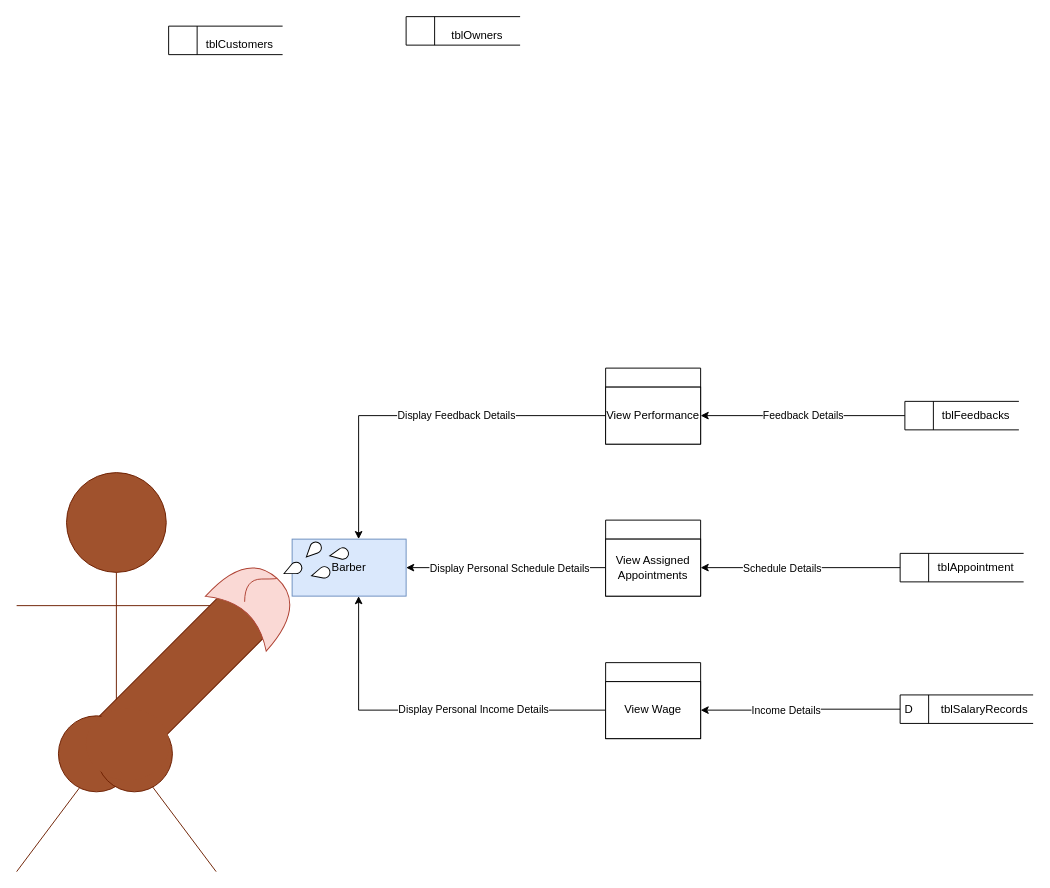
Before: page "Barber" (3 of 5) of Diagrams/Data flow.drawio in iampotato16/AppointCut, a draw.io diagram. Source tidied: cells renumbered, new cells numbered last; positions are measured from the earlier drawing's top-left corner, leaving out a move shared by most shapes. Both pictures are drawn from the tidied source at 95%, with x=0, y=0 at pixel (16, 16).
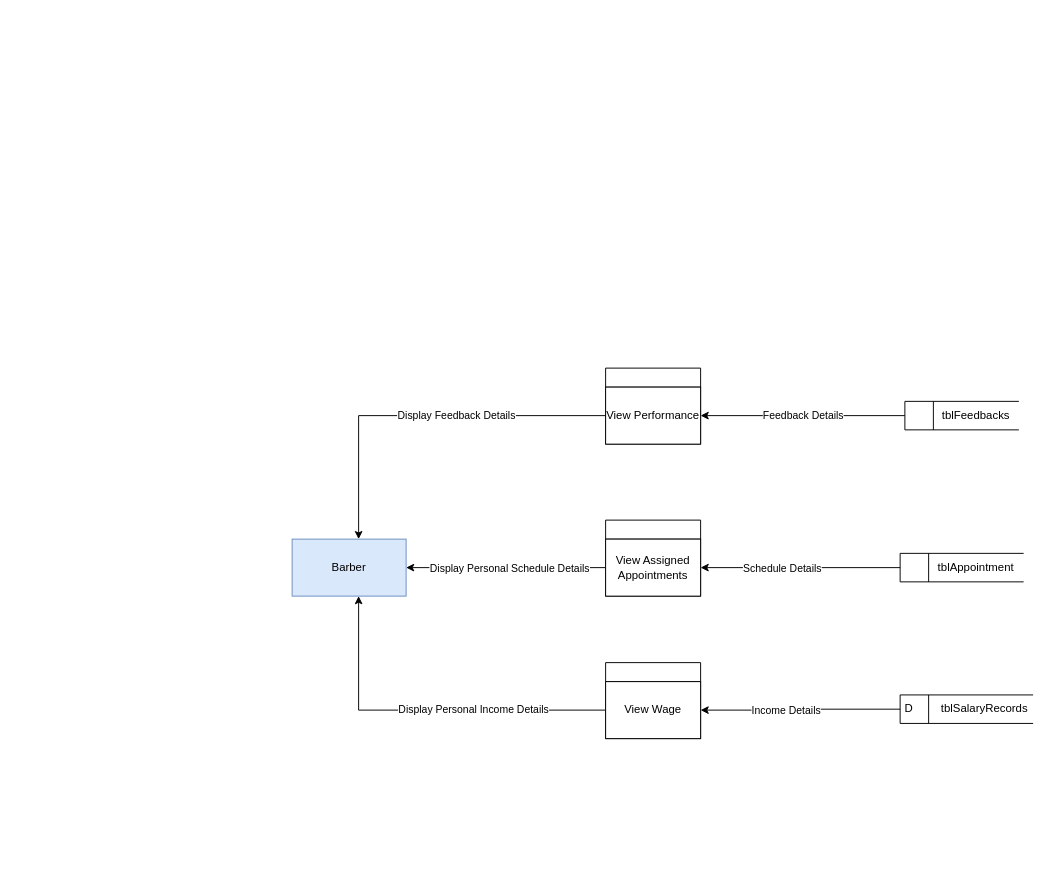
The same diagram, later.

Change to the diagram source:
```diff
@@
-    <mxCell id="15" style="group;" parent="1" vertex="1">
-      <mxGeometry y="480" width="350.3" height="420" as="geometry" />
-    </mxCell>
-    <mxCell id="16" style="group;" parent="15" vertex="1">
-      <mxGeometry width="306" height="420" as="geometry" />
-    </mxCell>
-    <mxCell id="17" style="shape=umlActor;verticalLabelPosition=bottom;verticalAlign=top;html=1;fillColor=#a0522d;strokeColor=#6D1F00;fontColor=#ffffff;" parent="16" vertex="1">
-      <mxGeometry width="210" height="420" as="geometry" />
-    </mxCell>
-    <mxCell id="18" style="rounded=1;whiteSpace=wrap;html=1;rotation=-45;fillColor=#a0522d;strokeColor=#6D1F00;fontColor=#ffffff;" parent="16" vertex="1">
-      <mxGeometry x="49.6" y="189.6" width="235" height="64" as="geometry" />
-    </mxCell>
-    <mxCell id="19" style="ellipse;whiteSpace=wrap;html=1;fillColor=#a0522d;strokeColor=#6D1F00;fontColor=#ffffff;" parent="16" vertex="1">
-      <mxGeometry x="44" y="256" width="80" height="80" as="geometry" />
-    </mxCell>
-    <mxCell id="20" style="ellipse;whiteSpace=wrap;html=1;fillColor=#a0522d;strokeColor=#6D1F00;fontColor=#ffffff;" parent="16" vertex="1">
-      <mxGeometry x="84" y="256" width="80" height="80" as="geometry" />
-    </mxCell>
-    <mxCell id="21" style="ellipse;whiteSpace=wrap;html=1;strokeColor=none;fillColor=#a0522d;fontColor=#ffffff;" parent="16" vertex="1">
-      <mxGeometry x="73" y="248" width="88" height="76" as="geometry" />
-    </mxCell>
-    <mxCell id="22" style="shape=xor;whiteSpace=wrap;html=1;rotation=312;fillColor=#fad9d5;strokeColor=#ae4132;" parent="16" vertex="1">
-      <mxGeometry x="220" y="92" width="64.6" height="86.2" as="geometry" />
-    </mxCell>
-    <mxCell id="23" style="curved=1;endArrow=none;html=1;rounded=0;edgeStyle=orthogonalEdgeStyle;endFill=0;entryX=1;entryY=0.5;entryDx=0;entryDy=0;entryPerimeter=0;fillColor=#fad9d5;strokeColor=#ae4132;" parent="16" edge="1" target="22">
-      <mxGeometry relative="1" as="geometry">
-        <mxPoint x="240" y="136" as="sourcePoint" />
-        <Array as="points">
-          <mxPoint x="240" y="112" />
-          <mxPoint x="276" y="112" />
-        </Array>
-      </mxGeometry>
-    </mxCell>
-    <mxCell id="24" style="verticalLabelPosition=bottom;verticalAlign=top;html=1;shape=mxgraph.basic.drop;rotation=-115;" parent="16" vertex="1">
-      <mxGeometry x="284.6" y="92" width="12" height="20" as="geometry" />
-    </mxCell>
-    <mxCell id="25" style="verticalLabelPosition=bottom;verticalAlign=top;html=1;shape=mxgraph.basic.drop;rotation=-100;" parent="15" vertex="1">
-      <mxGeometry x="333.4" y="75.8" width="12" height="20" as="geometry" />
-    </mxCell>
-    <mxCell id="26" style="verticalLabelPosition=bottom;verticalAlign=top;html=1;shape=mxgraph.basic.drop;rotation=-135;" parent="15" vertex="1">
-      <mxGeometry x="306" y="71.8" width="12" height="20" as="geometry" />
-    </mxCell>
-    <mxCell id="27" style="verticalLabelPosition=bottom;verticalAlign=top;html=1;shape=mxgraph.basic.drop;rotation=-105;" parent="15" vertex="1">
-      <mxGeometry x="314" y="96" width="12" height="20" as="geometry" />
-    </mxCell>
@@
-    <mxCell id="42" style="group;" parent="1" vertex="1">
-      <mxGeometry x="410" y="5" width="120" height="30" as="geometry" />
-    </mxCell>
-    <mxCell id="43" style="html=1;dashed=0;whitespace=wrap;shape=mxgraph.dfd.dataStoreID;align=left;spacingLeft=3;sketch=0;" parent="42" vertex="1">
-      <mxGeometry y="-5" width="120" height="30" as="geometry" />
-    </mxCell>
-    <mxCell id="44" value="tblOwners" style="text;html=1;strokeColor=none;fillColor=none;align=center;verticalAlign=middle;whiteSpace=wrap;rounded=0;sketch=0;" parent="42" vertex="1">
-      <mxGeometry x="30" width="90" height="30" as="geometry" />
-    </mxCell>
-    <mxCell id="45" style="group;" parent="1" vertex="1">
-      <mxGeometry x="160" y="15" width="120" height="30" as="geometry" />
-    </mxCell>
-    <mxCell id="46" style="html=1;dashed=0;whitespace=wrap;shape=mxgraph.dfd.dataStoreID;align=left;spacingLeft=3;sketch=0;" parent="45" vertex="1">
-      <mxGeometry y="-5" width="120" height="30" as="geometry" />
-    </mxCell>
-    <mxCell id="47" value="tblCustomers" style="text;html=1;strokeColor=none;fillColor=none;align=center;verticalAlign=middle;whiteSpace=wrap;rounded=0;sketch=0;" parent="45" vertex="1">
-      <mxGeometry x="30" width="90" height="30" as="geometry" />
-    </mxCell>
```
